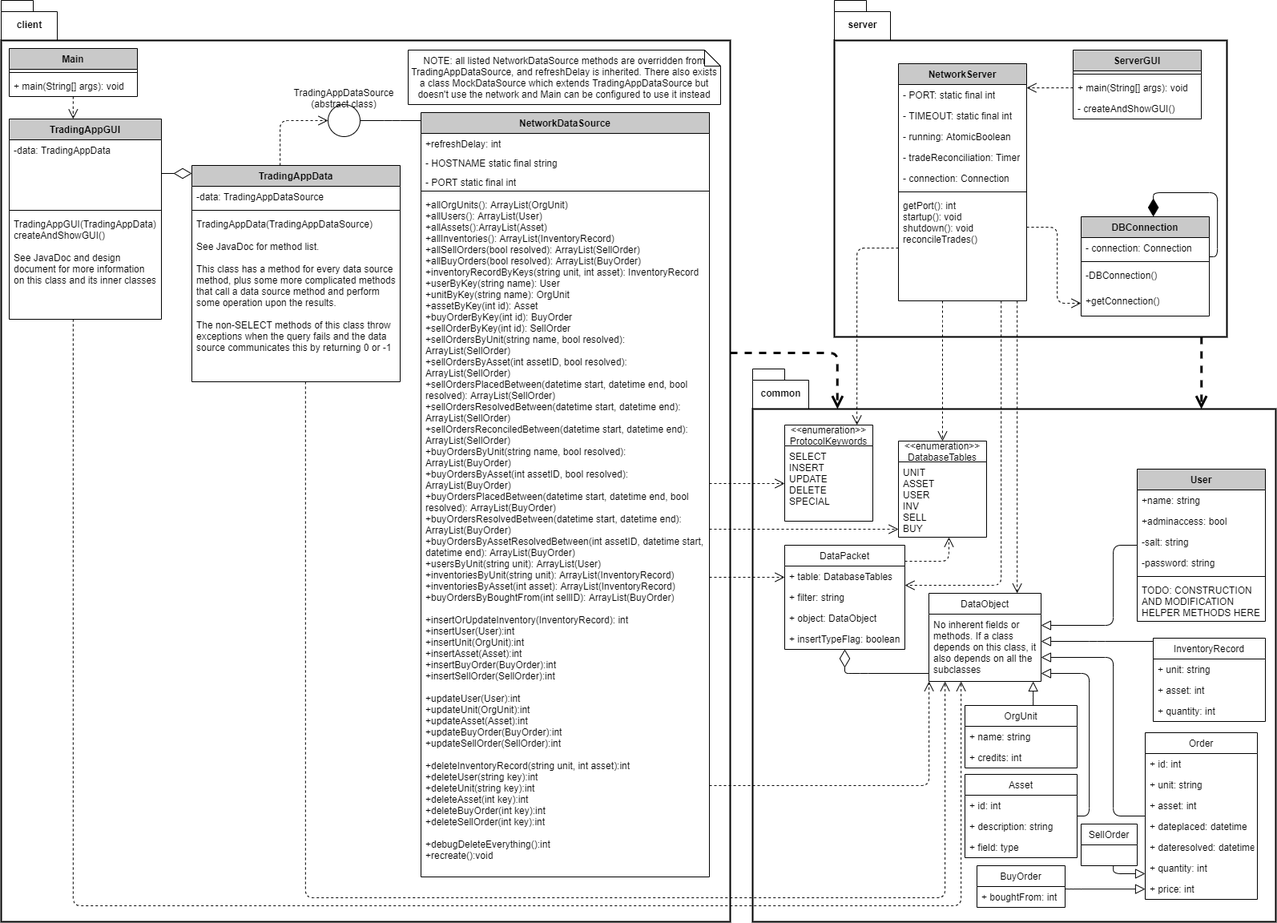
Earlier version of the draw.io export Documentation/Diagrams/ClassDiagramNEW.png (voidify3/TradingApp). Source tidied: cells renumbered, new cells last; positions are measured from the earlier drawing's top-left corner, leaving out a move shared by most shapes.
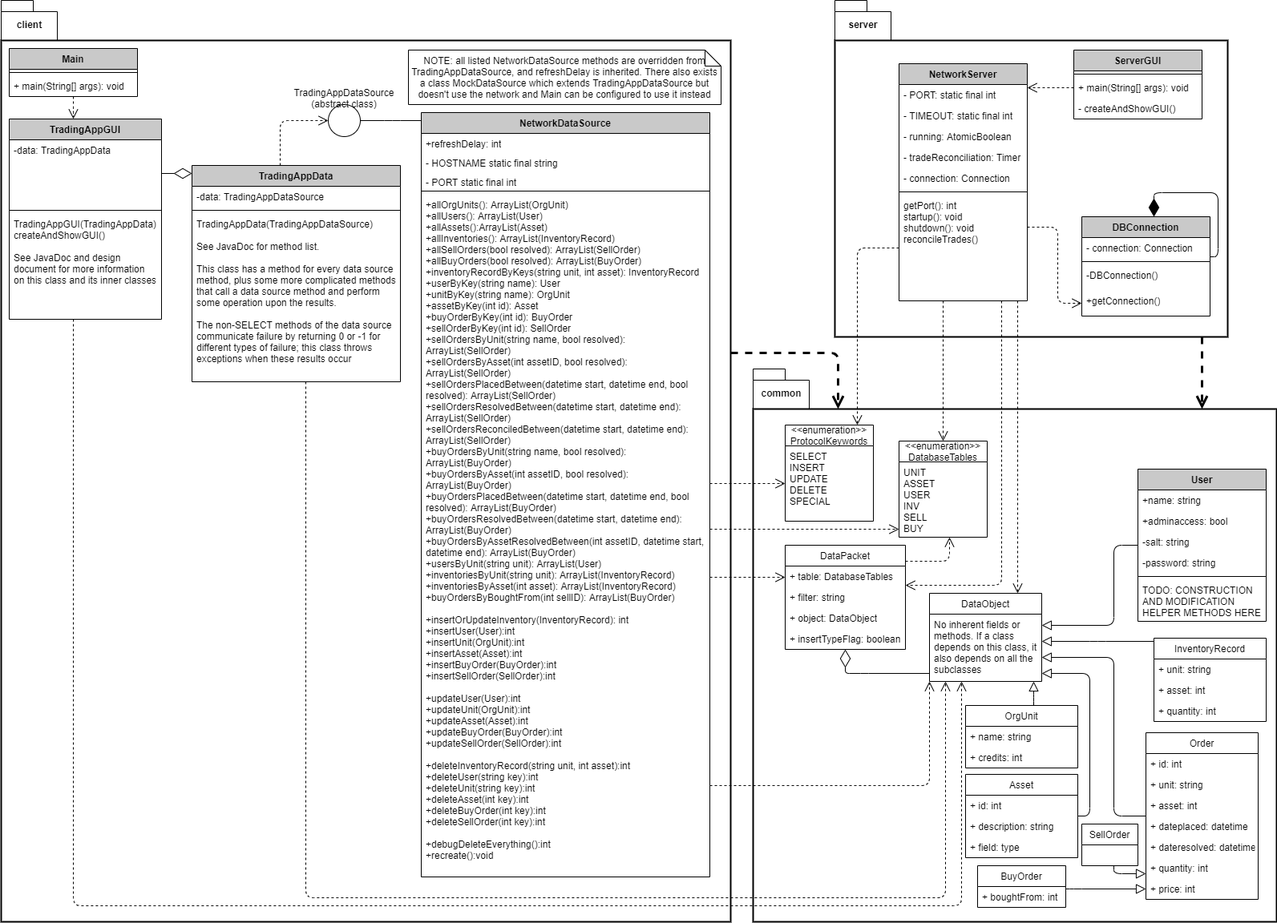
After the change.

Change to the diagram source:
```diff
@@ -145,7 +145,7 @@
     <mxCell id="38" style="line;strokeWidth=1;fillColor=none;align=left;verticalAlign=middle;spacingTop=-1;spacingLeft=3;spacingRight=3;labelPosition=right;" parent="36" vertex="1">
       <mxGeometry y="52" width="260" height="8" as="geometry" />
     </mxCell>
-    <mxCell id="39" value="TradingAppData(TradingAppDataSource)&#10;&#10;See JavaDoc for method list.&#10;&#10;This class has a method for every data source&#10;method, plus some more complicated methods&#10;that call a data source method and perform some operation upon the results.&#10;&#10;The non-SELECT methods of this class throw exceptions when the query fails and the data source communicates this by returning 0 or -1" style="text;strokeColor=none;fillColor=none;align=left;verticalAlign=top;spacingLeft=4;spacingRight=4;overflow=hidden;points=[[0,0.5],[1,0.5]];portConstraint=eastwest;whiteSpace=wrap;" parent="36" vertex="1">
+    <mxCell id="39" value="TradingAppData(TradingAppDataSource)&#10;&#10;See JavaDoc for method list.&#10;&#10;This class has a method for every data source&#10;method, plus some more complicated methods&#10;that call a data source method and perform some operation upon the results.&#10;&#10;The non-SELECT methods of the data source communicate failure by returning 0 or -1 for different types of failure; this class throws exceptions when these results occur" style="text;strokeColor=none;fillColor=none;align=left;verticalAlign=top;spacingLeft=4;spacingRight=4;overflow=hidden;points=[[0,0.5],[1,0.5]];portConstraint=eastwest;whiteSpace=wrap;" parent="36" vertex="1">
       <mxGeometry y="60" width="260" height="210" as="geometry" />
     </mxCell>
     <mxCell id="40" style="edgeStyle=orthogonalEdgeStyle;rounded=1;jettySize=auto;html=1;endSize=10;startSize=10;endArrow=open;endFill=0;dashed=1;" parent="1" edge="1" source="43" target="16">
```
